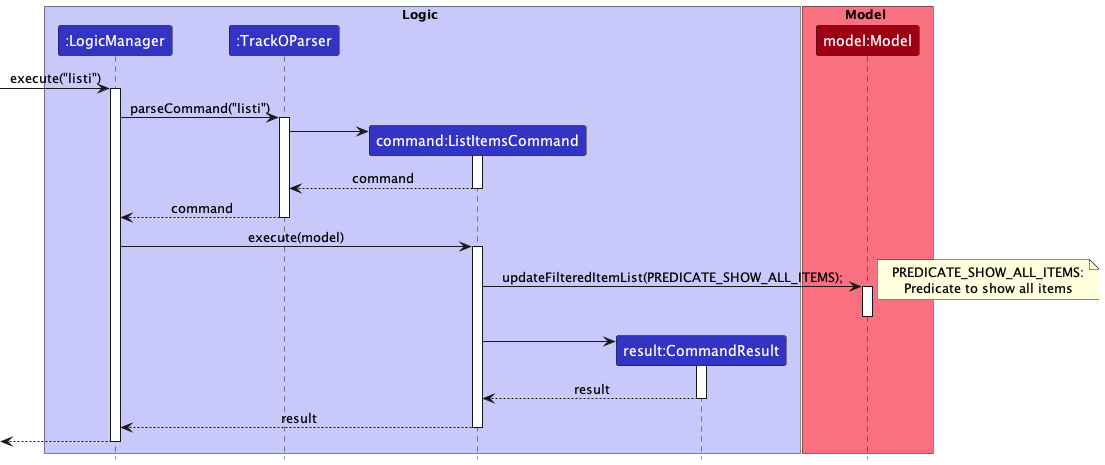
Earlier version of the PlantUML export docs/images/ListItemsSequenceDiagram.png (nus-cs2103-AY2223S1/tp). Its diagram source:
```plantuml
@startuml
!include style.puml

box Logic LOGIC_COLOR_T1
participant ":LogicManager" as LogicManager LOGIC_COLOR
participant ":TrackOParser" as TrackOParser LOGIC_COLOR
participant "command:ListItemsCommand" as ListItemsCommand LOGIC_COLOR
participant "result:CommandResult" as CommandResult LOGIC_COLOR
end box

box Model MODEL_COLOR_T1
participant "model:Model" as Model MODEL_COLOR

end box

[-> LogicManager : execute("listi")
activate LogicManager

LogicManager -> TrackOParser : parseCommand("listi")
activate TrackOParser

create ListItemsCommand
TrackOParser -> ListItemsCommand
activate ListItemsCommand

ListItemsCommand --> TrackOParser : command
deactivate ListItemsCommand

TrackOParser --> LogicManager : command
deactivate TrackOParser

LogicManager -> ListItemsCommand : execute(model)
activate ListItemsCommand

ListItemsCommand -> Model : updateFilteredItemList(PREDICATE_SHOW_ALL_ITEMS);
activate Model
deactivate Model

note right
PREDICATE_SHOW_ALL_ITEMS:
Predicate to show all items
end note

create CommandResult
ListItemsCommand -> CommandResult
activate CommandResult

CommandResult --> ListItemsCommand : result
deactivate CommandResult

ListItemsCommand --> LogicManager : result
deactivate ListItemsCommand
[<--LogicManager
deactivate LogicManager
@enduml
```
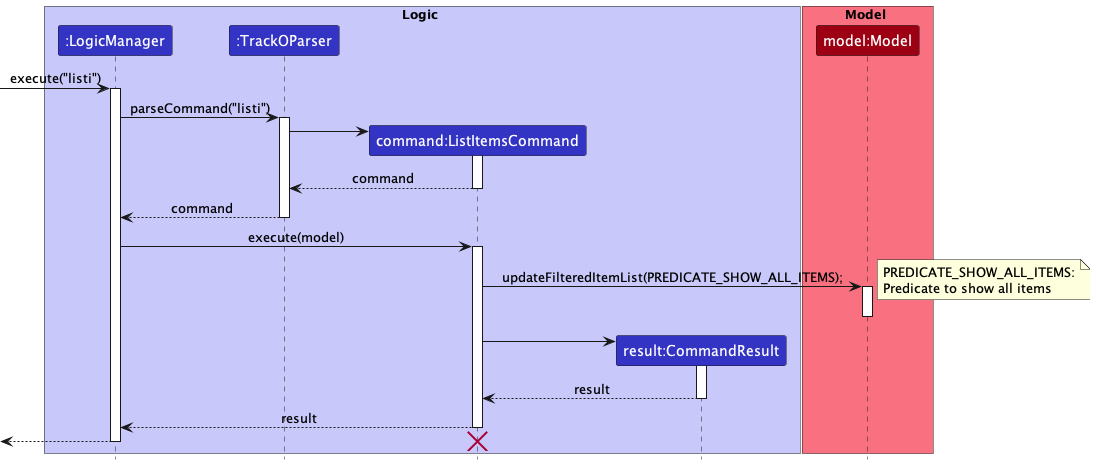
The same diagram one commit later.

Diff of the diagram source:
```diff
@@ -1,5 +1,6 @@
 @startuml
 !include style.puml
+skinparam noteTextAlignment left
 
 box Logic LOGIC_COLOR_T1
 participant ":LogicManager" as LogicManager LOGIC_COLOR
@@ -51,5 +52,7 @@
 ListItemsCommand --> LogicManager : result
 deactivate ListItemsCommand
 [<--LogicManager
+
+destroy ListItemsCommand
 deactivate LogicManager
 @enduml
```
